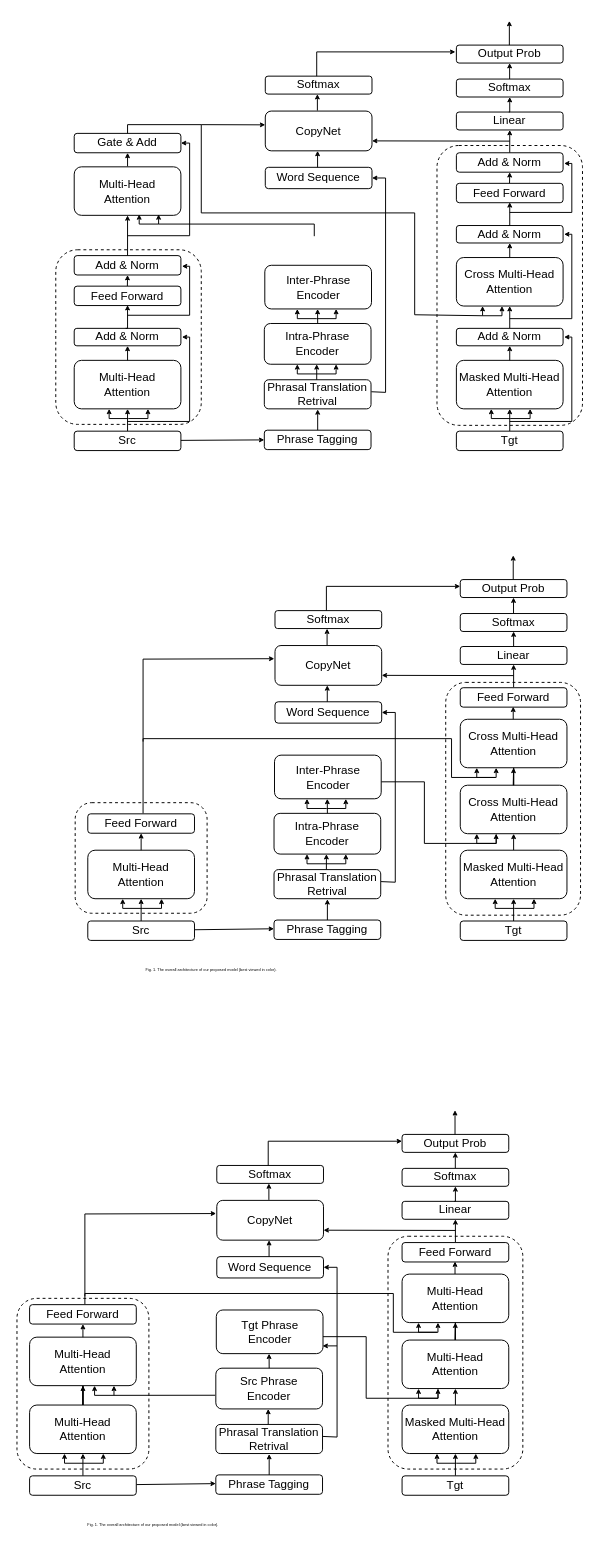
Earlier version of the draw.io diagram phraseNMT.drawio (lizezhonglaile/drawio). Source tidied: cells renumbered, new cells numbered last; positions are measured from the earlier drawing's top-left corner, leaving out a move shared by most shapes. Both pictures are drawn from the tidied source at 97%, with x=0, y=0 at pixel (16, 20).
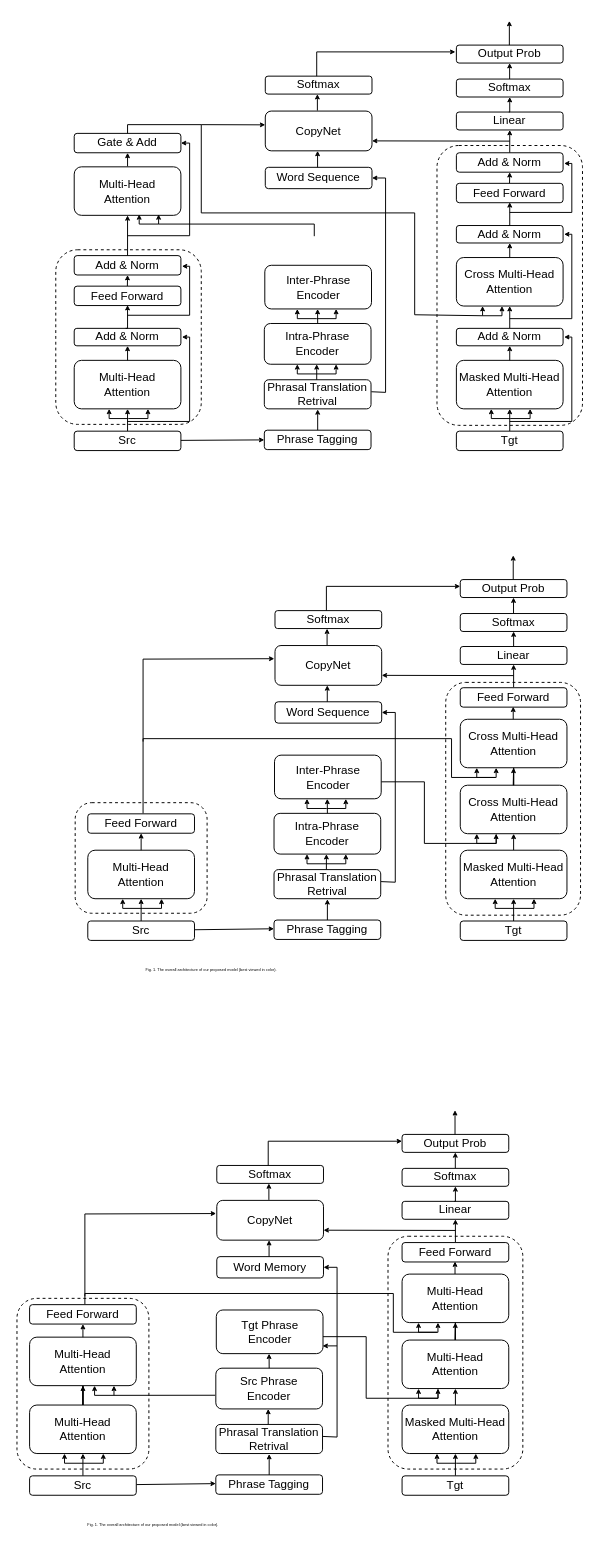
After the change.

Change to the diagram source:
```diff
@@
-    <mxCell id="140" value="Word Sequence" style="rounded=1;whiteSpace=wrap;html=1;" parent="1" vertex="1">
+    <mxCell id="140" value="Word Memory" style="rounded=1;whiteSpace=wrap;html=1;" parent="1" vertex="1">
       <mxGeometry x="206" y="1274" width="110" height="22" as="geometry" />
     </mxCell>
```
